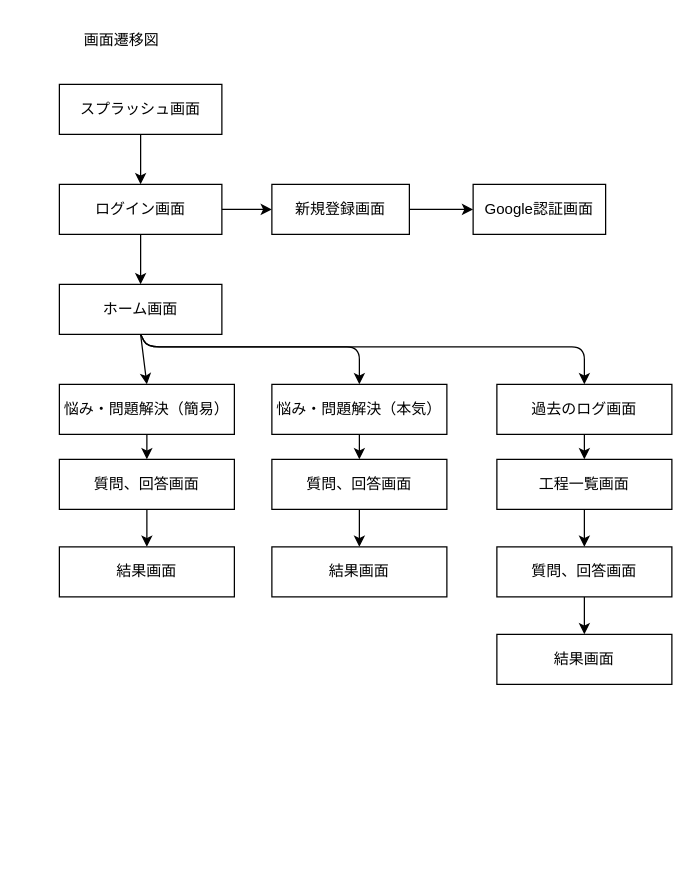
Before: page "画面遷移図" (3 of 3) of Diagrams/RequirementsDefinitionPhase.drawio in hiroyuki00889/ALL-AIBOX, a draw.io diagram. Source tidied: cells renumbered, new cells numbered last; positions are measured from the earlier drawing's top-left corner, leaving out a move shared by most shapes. Both pictures are drawn from the tidied source at 125%, with x=0, y=0 at pixel (21, 21).
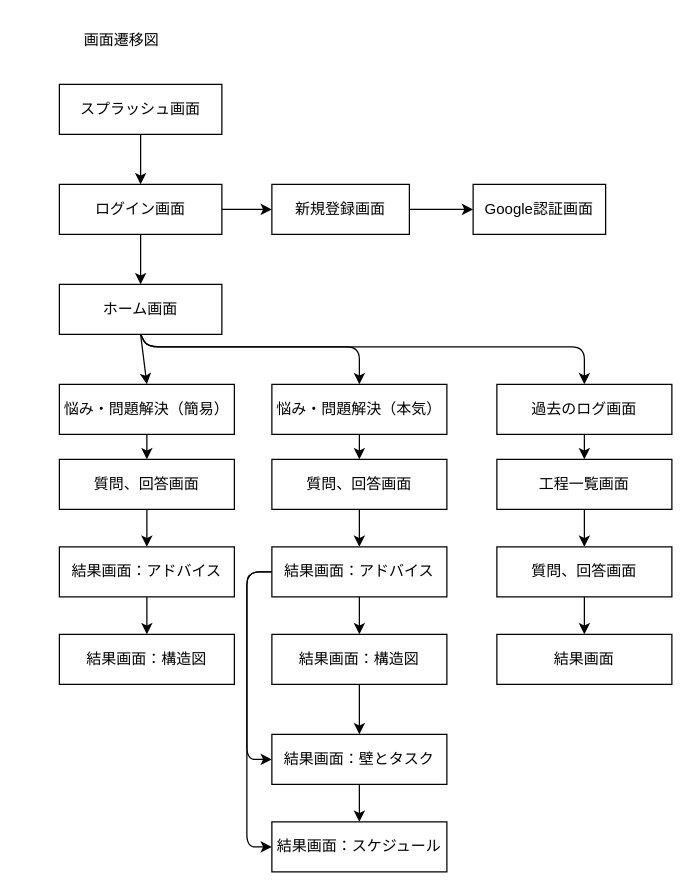
The same diagram, later.

The change refers to these unchanged cells:
```xml
<mxCell id="24" value="質問、回答画面" style="rounded=0;whiteSpace=wrap;html=1;" parent="1" vertex="1">
  <mxGeometry x="200" y="350" width="140" height="40" as="geometry" />
</mxCell>
```

The edit, as a diff of the source:
```diff
@@
-    <mxCell id="23" style="edgeStyle=none;html=1;exitX=0.5;exitY=1;exitDx=0;exitDy=0;entryX=0.5;entryY=0;entryDx=0;entryDy=0;" parent="1" edge="1" source="24" target="26">
-      <mxGeometry relative="1" as="geometry" />
+    <mxCell id="23" style="edgeStyle=none;html=1;exitX=0.5;exitY=1;exitDx=0;exitDy=0;entryX=0.5;entryY=0;entryDx=0;entryDy=0;" parent="1" edge="1" source="24">
+      <mxGeometry relative="1" as="geometry">
+        <mxPoint x="270" y="420" as="targetPoint" />
+      </mxGeometry>
     </mxCell>
@@
+    <mxCell id="32" style="edgeStyle=none;html=1;exitX=0.5;exitY=1;exitDx=0;exitDy=0;entryX=0.5;entryY=0;entryDx=0;entryDy=0;" parent="1" edge="1" source="25" target="33">
+      <mxGeometry relative="1" as="geometry" />
+    </mxCell>
-    <mxCell id="25" value="結果画面" style="rounded=0;whiteSpace=wrap;html=1;" parent="1" vertex="1">
+    <mxCell id="25" value="結果画面：アドバイス" style="rounded=0;whiteSpace=wrap;html=1;" parent="1" vertex="1">
       <mxGeometry x="30" y="420" width="140" height="40" as="geometry" />
     </mxCell>
-    <mxCell id="26" value="結果画面" style="rounded=0;whiteSpace=wrap;html=1;" parent="1" vertex="1">
-      <mxGeometry x="200" y="420" width="140" height="40" as="geometry" />
-    </mxCell>
@@
+    <mxCell id="33" value="結果画面：構造図" style="rounded=0;whiteSpace=wrap;html=1;" parent="1" vertex="1">
+      <mxGeometry x="30" y="490" width="140" height="40" as="geometry" />
+    </mxCell>
+    <mxCell id="34" style="edgeStyle=none;html=1;exitX=0.5;exitY=1;exitDx=0;exitDy=0;entryX=0.5;entryY=0;entryDx=0;entryDy=0;" parent="1" edge="1" source="37" target="39">
+      <mxGeometry relative="1" as="geometry" />
+    </mxCell>
+    <mxCell id="35" style="edgeStyle=none;html=1;exitX=0;exitY=0.5;exitDx=0;exitDy=0;entryX=0;entryY=0.5;entryDx=0;entryDy=0;" parent="1" edge="1" source="37" target="41">
+      <mxGeometry relative="1" as="geometry">
+        <Array as="points">
+          <mxPoint x="180" y="440" />
+          <mxPoint x="180" y="590" />
+        </Array>
+      </mxGeometry>
+    </mxCell>
+    <mxCell id="36" style="edgeStyle=none;html=1;exitX=0;exitY=0.5;exitDx=0;exitDy=0;entryX=0;entryY=0.5;entryDx=0;entryDy=0;" parent="1" edge="1" source="37" target="42">
+      <mxGeometry relative="1" as="geometry">
+        <Array as="points">
+          <mxPoint x="180" y="440" />
+          <mxPoint x="180" y="660" />
+        </Array>
+      </mxGeometry>
+    </mxCell>
+    <mxCell id="37" value="結果画面：アドバイス" style="rounded=0;whiteSpace=wrap;html=1;" parent="1" vertex="1">
+      <mxGeometry x="200" y="420" width="140" height="40" as="geometry" />
+    </mxCell>
+    <mxCell id="38" style="edgeStyle=none;html=1;exitX=0.5;exitY=1;exitDx=0;exitDy=0;entryX=0.5;entryY=0;entryDx=0;entryDy=0;" parent="1" edge="1" source="39" target="41">
+      <mxGeometry relative="1" as="geometry" />
+    </mxCell>
+    <mxCell id="39" value="結果画面：構造図" style="rounded=0;whiteSpace=wrap;html=1;" parent="1" vertex="1">
+      <mxGeometry x="200" y="490" width="140" height="40" as="geometry" />
+    </mxCell>
+    <mxCell id="40" style="edgeStyle=none;html=1;exitX=0.5;exitY=1;exitDx=0;exitDy=0;entryX=0.5;entryY=0;entryDx=0;entryDy=0;" parent="1" edge="1" source="41" target="42">
+      <mxGeometry relative="1" as="geometry" />
+    </mxCell>
+    <mxCell id="41" value="結果画面：壁とタスク" style="rounded=0;whiteSpace=wrap;html=1;" parent="1" vertex="1">
+      <mxGeometry x="200" y="570" width="140" height="40" as="geometry" />
+    </mxCell>
+    <mxCell id="42" value="結果画面：スケジュール" style="rounded=0;whiteSpace=wrap;html=1;" parent="1" vertex="1">
+      <mxGeometry x="200" y="640" width="140" height="40" as="geometry" />
+    </mxCell>
```
